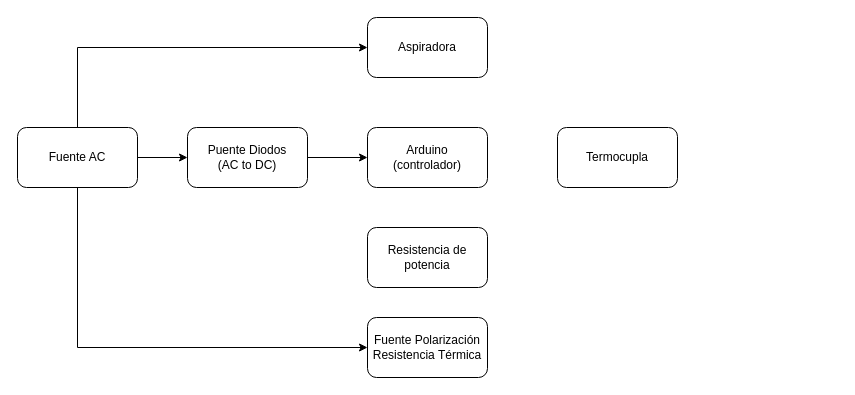
This is Termoformadora.drawio from LeonardoUAndes/Analoga, a draw.io file, before an edit. Source tidied: cells renumbered, new cells numbered last; positions are measured from the earlier drawing's top-left corner, leaving out a move shared by most shapes. Both pictures are drawn from the tidied source at 100%, with x=0, y=0 at pixel (17, 17).
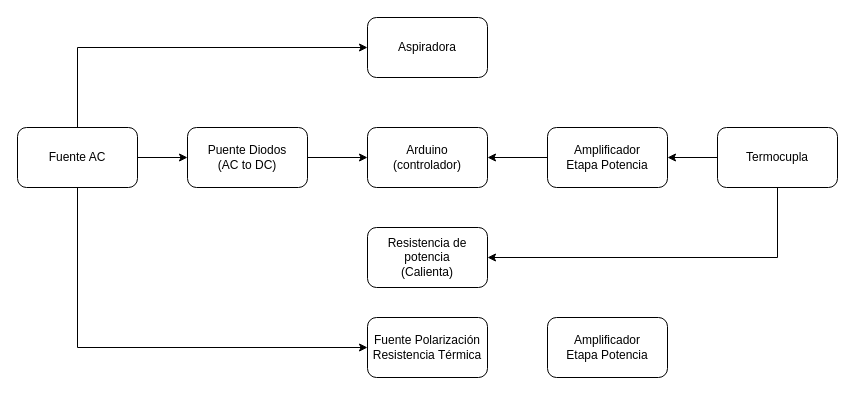
The same diagram, later.

Unchanged cells that the change refers to:
```xml
<mxCell id="9" value="Arduino&lt;div&gt;(controlador)&lt;/div&gt;" style="rounded=1;whiteSpace=wrap;html=1;" parent="1" vertex="1">
  <mxGeometry x="350" y="110" width="120" height="60" as="geometry" />
</mxCell>
```

Diff of the diagram source:
```diff
@@
+    <mxCell id="13" style="edgeStyle=orthogonalEdgeStyle;rounded=0;jettySize=auto;html=1;" parent="1" edge="1" source="11" target="16">
+      <mxGeometry relative="1" as="geometry" />
+    </mxCell>
+    <mxCell id="14" style="edgeStyle=orthogonalEdgeStyle;rounded=0;jettySize=auto;html=1;entryX=1;entryY=0.5;entryDx=0;entryDy=0;" parent="1" edge="1" source="11" target="12">
+      <mxGeometry relative="1" as="geometry">
+        <Array as="points">
+          <mxPoint x="760" y="240" />
+        </Array>
+      </mxGeometry>
+    </mxCell>
     <mxCell id="11" value="Termocupla" style="rounded=1;whiteSpace=wrap;html=1;" parent="1" vertex="1">
-      <mxGeometry x="540" y="110" width="120" height="60" as="geometry" />
+      <mxGeometry x="700" y="110" width="120" height="60" as="geometry" />
     </mxCell>
-    <mxCell id="12" value="Resistencia de potencia" style="rounded=1;whiteSpace=wrap;html=1;" parent="1" vertex="1">
+    <mxCell id="12" value="Resistencia de potencia&lt;div&gt;(Calienta)&lt;/div&gt;" style="rounded=1;whiteSpace=wrap;html=1;" parent="1" vertex="1">
       <mxGeometry x="350" y="210" width="120" height="60" as="geometry" />
     </mxCell>
+    <mxCell id="15" style="edgeStyle=orthogonalEdgeStyle;rounded=0;jettySize=auto;html=1;" parent="1" edge="1" source="16" target="9">
+      <mxGeometry relative="1" as="geometry" />
+    </mxCell>
+    <mxCell id="16" value="Amplificador&lt;div&gt;Etapa Potencia&lt;/div&gt;" style="rounded=1;whiteSpace=wrap;html=1;" parent="1" vertex="1">
+      <mxGeometry x="530" y="110" width="120" height="60" as="geometry" />
+    </mxCell>
+    <mxCell id="17" value="Amplificador&lt;div&gt;Etapa Potencia&lt;/div&gt;" style="rounded=1;whiteSpace=wrap;html=1;" parent="1" vertex="1">
+      <mxGeometry x="530" y="300" width="120" height="60" as="geometry" />
+    </mxCell>
```
